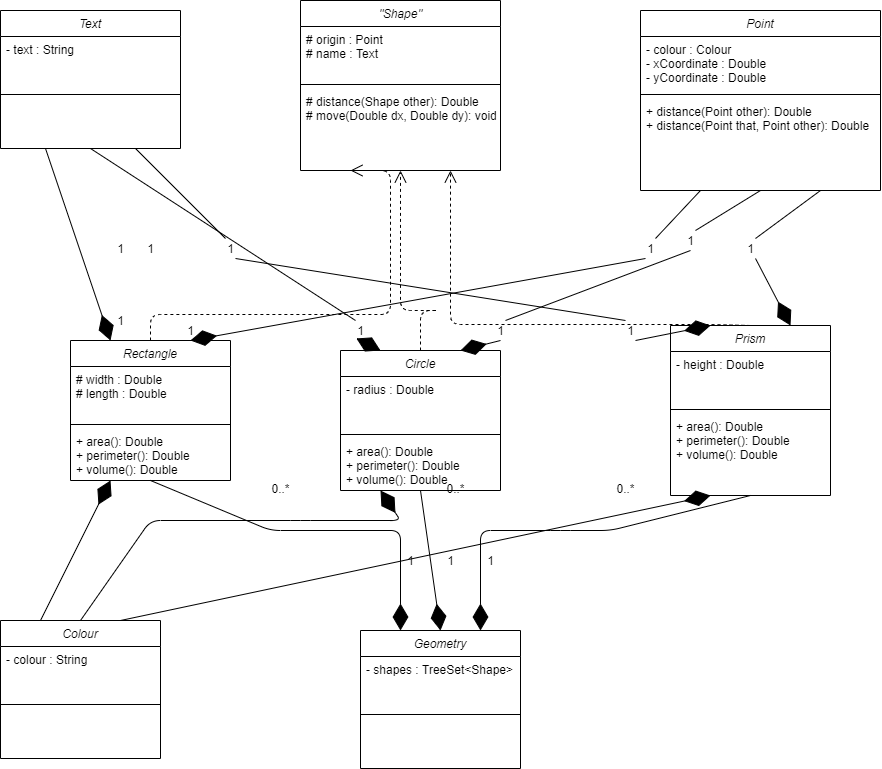
Earlier version of the draw.io export Lab4/exercise1/UMLexercise1.png (TheJade/ENSF409). Source tidied: cells renumbered, new cells last; positions are measured from the earlier drawing's top-left corner, leaving out a move shared by most shapes.
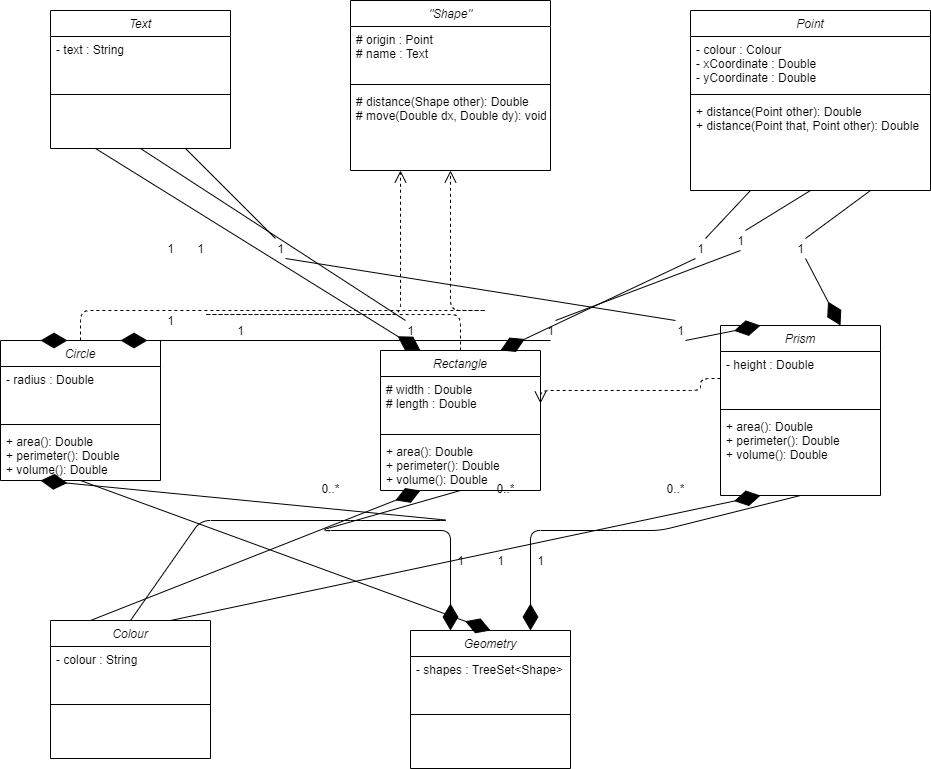
Above is the later version.

Change to the diagram source:
```diff
@@ -3,7 +3,7 @@
     <mxCell id="0" />
     <mxCell id="1" parent="0" />
     <mxCell id="2" value="Circle" style="swimlane;fontStyle=2;align=center;verticalAlign=top;horizontal=1;startSize=26;rounded=0;shadow=0;strokeWidth=1;" parent="1" vertex="1">
-      <mxGeometry x="340" y="350" width="160" height="140" as="geometry" />
+      <mxGeometry x="-50" y="340" width="160" height="140" as="geometry" />
     </mxCell>
     <mxCell id="3" value="- radius : Double" style="text;align=left;verticalAlign=top;spacingLeft=4;spacingRight=4;overflow=hidden;" parent="2" vertex="1">
       <mxGeometry y="26" width="160" height="54" as="geometry" />
@@ -63,7 +63,7 @@
       <mxGeometry y="88" width="160" height="82" as="geometry" />
     </mxCell>
     <mxCell id="22" value="Rectangle" style="swimlane;fontStyle=2;align=center;verticalAlign=top;horizontal=1;startSize=26;rounded=0;shadow=0;strokeWidth=1;" parent="1" vertex="1">
-      <mxGeometry x="70" y="340" width="160" height="140" as="geometry" />
+      <mxGeometry x="330" y="350" width="160" height="140" as="geometry" />
     </mxCell>
     <mxCell id="23" value="# width : Double&#10;# length : Double" style="text;align=left;verticalAlign=top;spacingLeft=4;spacingRight=4;overflow=hidden;points=[[0,0.5],[1,0.5]];portConstraint=eastwest;" parent="22" vertex="1">
       <mxGeometry y="26" width="160" height="54" as="geometry" />
@@ -111,11 +111,12 @@
         </Array>
       </mxGeometry>
     </mxCell>
-    <mxCell id="35" style="endArrow=open;dashed=1;html=1;exitX=0.5;exitY=0;exitDx=0;exitDy=0;edgeStyle=orthogonalEdgeStyle;endFill=0;startSize=6;endSize=10;entryX=0.75;entryY=1;entryDx=0;entryDy=0;" parent="1" edge="1" source="18" target="26">
+    <mxCell id="35" style="endArrow=open;dashed=1;html=1;exitX=0;exitY=0.5;exitDx=0;exitDy=0;edgeStyle=orthogonalEdgeStyle;endFill=0;startSize=6;endSize=10;entryX=1;entryY=0.5;entryDx=0;entryDy=0;" parent="1" edge="1" source="19" target="23">
       <mxGeometry relative="1" as="geometry">
         <Array as="points">
-          <mxPoint x="710" y="324" />
-          <mxPoint x="470" y="324" />
+          <mxPoint x="650" y="378" />
+          <mxPoint x="650" y="390" />
+          <mxPoint x="490" y="390" />
         </Array>
       </mxGeometry>
     </mxCell>
```
